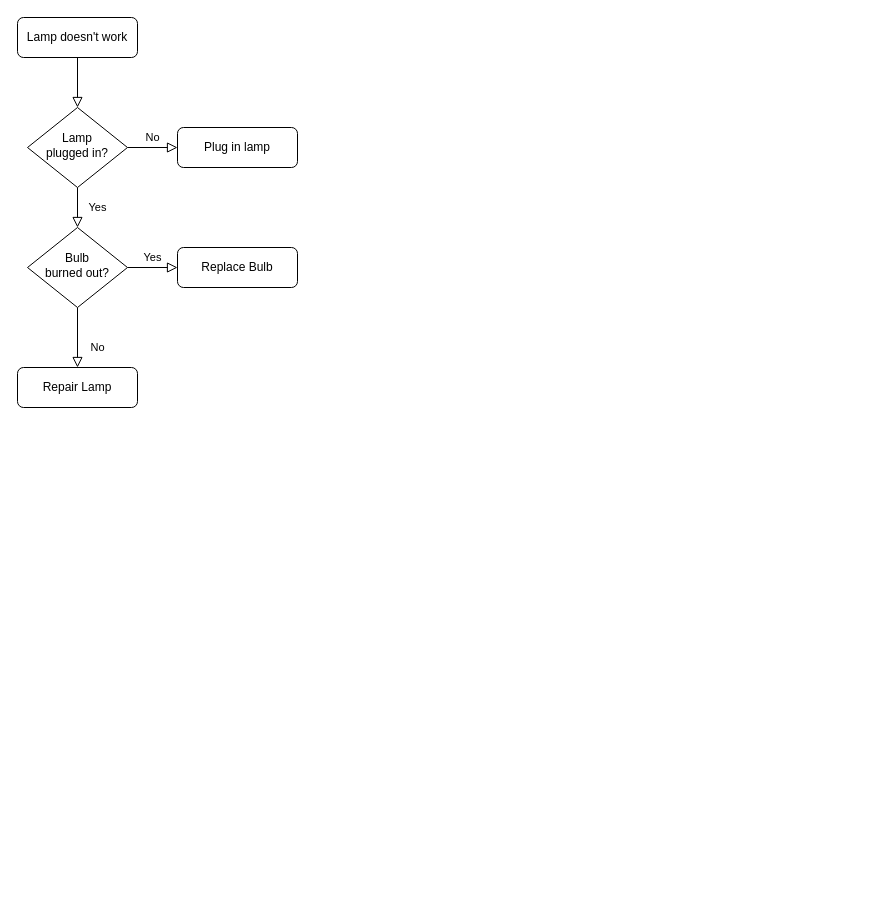
sob0994/draw-io keeps this draw.io diagram as page "FlowChart" (1 of 2) of DND-flow.drawio. Above is the earlier version. Source tidied: cells renumbered, new cells numbered last; positions are measured from the earlier drawing's top-left corner, leaving out a move shared by most shapes. Both pictures are drawn from the tidied source at 100%, with x=0, y=0 at pixel (17, 17).
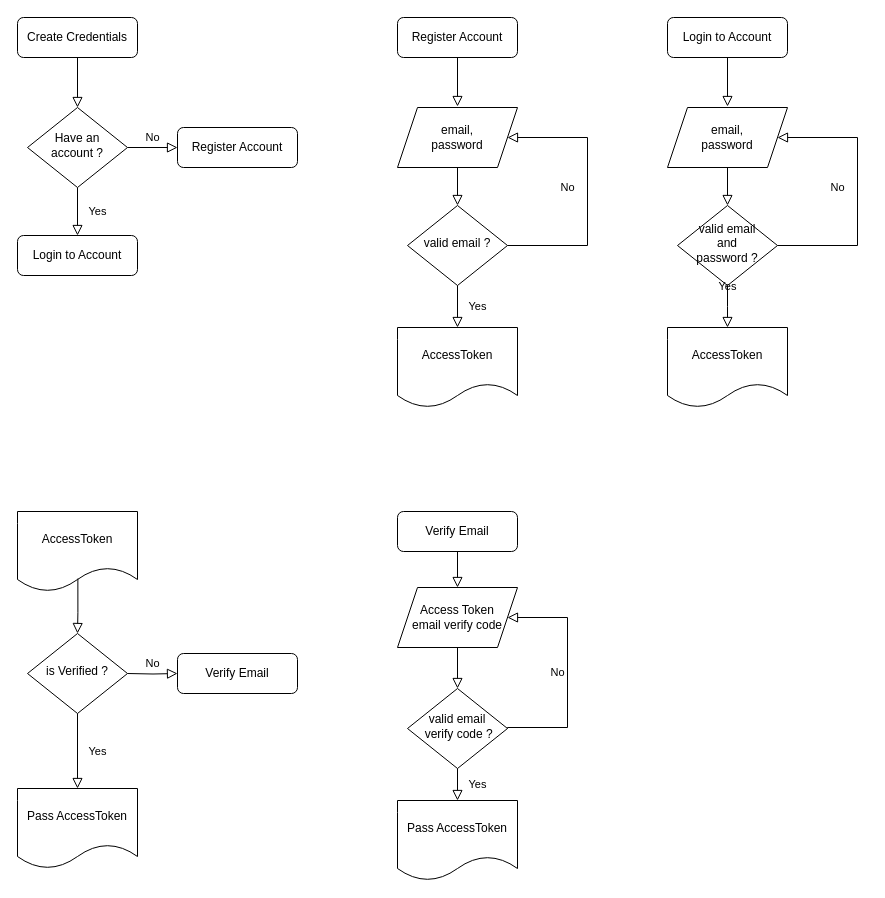
Above is the later version.

Change to the diagram source:
```diff
@@
-    <mxCell id="3" value="Lamp doesn't work" style="rounded=1;whiteSpace=wrap;html=1;fontSize=12;glass=0;strokeWidth=1;shadow=0;" parent="1" vertex="1">
+    <mxCell id="3" value="Create Credentials" style="rounded=1;whiteSpace=wrap;html=1;fontSize=12;glass=0;strokeWidth=1;shadow=0;" parent="1" vertex="1">
       <mxGeometry width="120" height="40" as="geometry" />
     </mxCell>
-    <mxCell id="4" value="Yes" style="rounded=0;html=1;jettySize=auto;fontSize=11;endArrow=block;endFill=0;endSize=8;strokeWidth=1;shadow=0;labelBackgroundColor=none;edgeStyle=orthogonalEdgeStyle;" parent="1" edge="1" source="6" target="10">
+    <mxCell id="4" value="Yes" style="rounded=0;html=1;jettySize=auto;fontSize=11;endArrow=block;endFill=0;endSize=8;strokeWidth=1;shadow=0;labelBackgroundColor=none;edgeStyle=orthogonalEdgeStyle;entryX=0.5;entryY=0;entryDx=0;entryDy=0;" parent="1" edge="1" source="6" target="11">
       <mxGeometry y="20" relative="1" as="geometry" />
     </mxCell>
@@
-    <mxCell id="6" value="Lamp&lt;br&gt;plugged in?" style="rhombus;whiteSpace=wrap;html=1;shadow=0;fontFamily=Helvetica;fontSize=12;align=center;strokeWidth=1;spacing=6;spacingTop=-4;" parent="1" vertex="1">
+    <mxCell id="6" value="Have an account ?" style="rhombus;whiteSpace=wrap;html=1;shadow=0;fontFamily=Helvetica;fontSize=12;align=center;strokeWidth=1;spacing=6;spacingTop=-4;" parent="1" vertex="1">
       <mxGeometry x="10" y="90" width="100" height="80" as="geometry" />
     </mxCell>
-    <mxCell id="7" value="Plug in lamp" style="rounded=1;whiteSpace=wrap;html=1;fontSize=12;glass=0;strokeWidth=1;shadow=0;" parent="1" vertex="1">
+    <mxCell id="7" value="Register Account" style="rounded=1;whiteSpace=wrap;html=1;fontSize=12;glass=0;strokeWidth=1;shadow=0;" parent="1" vertex="1">
       <mxGeometry x="160" y="110" width="120" height="40" as="geometry" />
     </mxCell>
-    <mxCell id="8" value="No" style="rounded=0;html=1;jettySize=auto;fontSize=11;endArrow=block;endFill=0;endSize=8;strokeWidth=1;shadow=0;labelBackgroundColor=none;edgeStyle=orthogonalEdgeStyle;" parent="1" edge="1" source="10" target="11">
-      <mxGeometry x="0.33" y="20" relative="1" as="geometry" />
-    </mxCell>
-    <mxCell id="9" value="Yes" style="edgeStyle=orthogonalEdgeStyle;rounded=0;html=1;jettySize=auto;fontSize=11;endArrow=block;endFill=0;endSize=8;strokeWidth=1;shadow=0;labelBackgroundColor=none;" parent="1" edge="1" source="10" target="12">
-      <mxGeometry y="10" relative="1" as="geometry" />
-    </mxCell>
-    <mxCell id="10" value="Bulb&lt;br&gt;burned out?" style="rhombus;whiteSpace=wrap;html=1;shadow=0;fontFamily=Helvetica;fontSize=12;align=center;strokeWidth=1;spacing=6;spacingTop=-4;" parent="1" vertex="1">
-      <mxGeometry x="10" y="210" width="100" height="80" as="geometry" />
-    </mxCell>
-    <mxCell id="11" value="Repair Lamp" style="rounded=1;whiteSpace=wrap;html=1;fontSize=12;glass=0;strokeWidth=1;shadow=0;" parent="1" vertex="1">
-      <mxGeometry y="350" width="120" height="40" as="geometry" />
+    <mxCell id="11" value="Login to Account" style="rounded=1;whiteSpace=wrap;html=1;fontSize=12;glass=0;strokeWidth=1;shadow=0;" parent="1" vertex="1">
+      <mxGeometry y="218" width="120" height="40" as="geometry" />
     </mxCell>
-    <mxCell id="12" value="Replace Bulb" style="rounded=1;whiteSpace=wrap;html=1;fontSize=12;glass=0;strokeWidth=1;shadow=0;" parent="1" vertex="1">
-      <mxGeometry x="160" y="230" width="120" height="40" as="geometry" />
-    </mxCell>
+    <mxCell id="13" value="Register Account" style="rounded=1;whiteSpace=wrap;html=1;fontSize=12;glass=0;strokeWidth=1;shadow=0;" parent="1" vertex="1">
+      <mxGeometry x="380" width="120" height="40" as="geometry" />
+    </mxCell>
+    <mxCell id="14" value="email,&lt;br&gt;password" style="shape=parallelogram;perimeter=parallelogramPerimeter;whiteSpace=wrap;html=1;fixedSize=1;" parent="1" vertex="1">
+      <mxGeometry x="380" y="90" width="120" height="60" as="geometry" />
+    </mxCell>
+    <mxCell id="15" style="rounded=0;html=1;jettySize=auto;fontSize=11;endArrow=block;endFill=0;endSize=8;strokeWidth=1;shadow=0;labelBackgroundColor=none;edgeStyle=orthogonalEdgeStyle;exitX=0.5;exitY=1;exitDx=0;exitDy=0;" parent="1" edge="1" source="13">
+      <mxGeometry relative="1" as="geometry">
+        <mxPoint x="440" y="89" as="targetPoint" />
+      </mxGeometry>
+    </mxCell>
+    <mxCell id="16" value="valid email ?" style="rhombus;whiteSpace=wrap;html=1;shadow=0;fontFamily=Helvetica;fontSize=12;align=center;strokeWidth=1;spacing=6;spacingTop=-4;" parent="1" vertex="1">
+      <mxGeometry x="390" y="188" width="100" height="80" as="geometry" />
+    </mxCell>
+    <mxCell id="17" value="AccessToken" style="shape=document;whiteSpace=wrap;html=1;boundedLbl=1;" parent="1" vertex="1">
+      <mxGeometry x="380" y="310" width="120" height="80" as="geometry" />
+    </mxCell>
+    <mxCell id="18" value="valid email&lt;br&gt;&amp;nbsp;verify code ?" style="rhombus;whiteSpace=wrap;html=1;shadow=0;fontFamily=Helvetica;fontSize=12;align=center;strokeWidth=1;spacing=6;spacingTop=-4;" parent="1" vertex="1">
+      <mxGeometry x="390" y="671" width="100" height="80" as="geometry" />
+    </mxCell>
+    <mxCell id="19" style="rounded=0;html=1;jettySize=auto;fontSize=11;endArrow=block;endFill=0;endSize=8;strokeWidth=1;shadow=0;labelBackgroundColor=none;edgeStyle=orthogonalEdgeStyle;entryX=0.5;entryY=0;entryDx=0;entryDy=0;exitX=0.5;exitY=1;exitDx=0;exitDy=0;" parent="1" edge="1" source="14" target="16">
+      <mxGeometry y="20" relative="1" as="geometry" />
+    </mxCell>
+    <mxCell id="20" value="Yes" style="rounded=0;html=1;jettySize=auto;fontSize=11;endArrow=block;endFill=0;endSize=8;strokeWidth=1;shadow=0;labelBackgroundColor=none;edgeStyle=orthogonalEdgeStyle;entryX=0.5;entryY=0;entryDx=0;entryDy=0;exitX=0.5;exitY=1;exitDx=0;exitDy=0;" parent="1" edge="1" source="16" target="17">
+      <mxGeometry y="20" relative="1" as="geometry" />
+    </mxCell>
+    <mxCell id="21" value="No" style="edgeStyle=orthogonalEdgeStyle;rounded=0;html=1;jettySize=auto;fontSize=11;endArrow=block;endFill=0;endSize=8;strokeWidth=1;shadow=0;labelBackgroundColor=none;exitX=1;exitY=0.5;exitDx=0;exitDy=0;entryX=1;entryY=0.5;entryDx=0;entryDy=0;" parent="1" edge="1" source="16" target="14">
+      <mxGeometry x="0.03" y="20" relative="1" as="geometry">
+        <Array as="points">
+          <mxPoint x="570" y="228" />
+          <mxPoint x="570" y="120" />
+        </Array>
+      </mxGeometry>
+    </mxCell>
+    <mxCell id="22" value="Login to Account" style="rounded=1;whiteSpace=wrap;html=1;fontSize=12;glass=0;strokeWidth=1;shadow=0;" parent="1" vertex="1">
+      <mxGeometry x="650" width="120" height="40" as="geometry" />
+    </mxCell>
+    <mxCell id="23" value="email,&lt;br&gt;password" style="shape=parallelogram;perimeter=parallelogramPerimeter;whiteSpace=wrap;html=1;fixedSize=1;" parent="1" vertex="1">
+      <mxGeometry x="650" y="90" width="120" height="60" as="geometry" />
+    </mxCell>
+    <mxCell id="24" style="rounded=0;html=1;jettySize=auto;orthogonalLoop=1;fontSize=11;endArrow=block;endFill=0;endSize=8;strokeWidth=1;shadow=0;labelBackgroundColor=none;edgeStyle=orthogonalEdgeStyle;exitX=0.5;exitY=1;exitDx=0;exitDy=0;" parent="1" edge="1">
+      <mxGeometry relative="1" as="geometry">
+        <mxPoint x="710" y="40" as="sourcePoint" />
+        <mxPoint x="710" y="89" as="targetPoint" />
+      </mxGeometry>
+    </mxCell>
+    <mxCell id="25" value="valid email &lt;br&gt;and &lt;br&gt;password ?" style="rhombus;whiteSpace=wrap;html=1;shadow=0;fontFamily=Helvetica;fontSize=12;align=center;strokeWidth=1;spacing=6;spacingTop=-4;" parent="1" vertex="1">
+      <mxGeometry x="660" y="188" width="100" height="80" as="geometry" />
+    </mxCell>
+    <mxCell id="26" style="rounded=0;html=1;jettySize=auto;fontSize=11;endArrow=block;endFill=0;endSize=8;strokeWidth=1;shadow=0;labelBackgroundColor=none;edgeStyle=orthogonalEdgeStyle;entryX=0.5;entryY=0;entryDx=0;entryDy=0;exitX=0.5;exitY=1;exitDx=0;exitDy=0;" parent="1" edge="1" source="23" target="25">
+      <mxGeometry y="20" relative="1" as="geometry" />
+    </mxCell>
+    <mxCell id="27" value="Yes" style="rounded=0;html=1;jettySize=auto;fontSize=11;endArrow=block;endFill=0;endSize=8;strokeWidth=1;shadow=0;labelBackgroundColor=none;edgeStyle=orthogonalEdgeStyle;entryX=0.5;entryY=0;entryDx=0;entryDy=0;exitX=0.5;exitY=1;exitDx=0;exitDy=0;" parent="1" edge="1" source="25">
+      <mxGeometry y="20" relative="1" as="geometry">
+        <mxPoint x="710" y="310" as="targetPoint" />
+      </mxGeometry>
+    </mxCell>
+    <mxCell id="28" value="No" style="edgeStyle=orthogonalEdgeStyle;rounded=0;html=1;jettySize=auto;fontSize=11;endArrow=block;endFill=0;endSize=8;strokeWidth=1;shadow=0;labelBackgroundColor=none;exitX=1;exitY=0.5;exitDx=0;exitDy=0;entryX=1;entryY=0.5;entryDx=0;entryDy=0;" parent="1" edge="1" source="25" target="23">
+      <mxGeometry x="0.03" y="20" relative="1" as="geometry">
+        <Array as="points">
+          <mxPoint x="840" y="228" />
+          <mxPoint x="840" y="120" />
+        </Array>
+      </mxGeometry>
+    </mxCell>
+    <mxCell id="29" value="AccessToken" style="shape=document;whiteSpace=wrap;html=1;boundedLbl=1;" parent="1" vertex="1">
+      <mxGeometry x="650" y="310" width="120" height="80" as="geometry" />
+    </mxCell>
+    <mxCell id="30" value="AccessToken" style="shape=document;whiteSpace=wrap;html=1;boundedLbl=1;" parent="1" vertex="1">
+      <mxGeometry y="494" width="120" height="80" as="geometry" />
+    </mxCell>
+    <mxCell id="31" value="is Verified ?" style="rhombus;whiteSpace=wrap;html=1;shadow=0;fontFamily=Helvetica;fontSize=12;align=center;strokeWidth=1;spacing=6;spacingTop=-4;" parent="1" vertex="1">
+      <mxGeometry x="10" y="616" width="100" height="80" as="geometry" />
+    </mxCell>
+    <mxCell id="32" style="rounded=0;html=1;jettySize=auto;fontSize=11;endArrow=block;endFill=0;endSize=8;strokeWidth=1;shadow=0;labelBackgroundColor=none;edgeStyle=orthogonalEdgeStyle;exitX=0.503;exitY=0.838;exitDx=0;exitDy=0;exitPerimeter=0;entryX=0.5;entryY=0;entryDx=0;entryDy=0;" parent="1" edge="1" source="30" target="31">
+      <mxGeometry relative="1" as="geometry" />
+    </mxCell>
+    <mxCell id="33" value="Yes" style="rounded=0;html=1;jettySize=auto;fontSize=11;endArrow=block;endFill=0;endSize=8;strokeWidth=1;shadow=0;labelBackgroundColor=none;edgeStyle=orthogonalEdgeStyle;entryX=0.5;entryY=0;entryDx=0;entryDy=0;exitX=0.5;exitY=1;exitDx=0;exitDy=0;" parent="1" edge="1" source="31" target="34">
+      <mxGeometry y="20" relative="1" as="geometry" />
+    </mxCell>
+    <mxCell id="34" value="Pass AccessToken" style="shape=document;whiteSpace=wrap;html=1;boundedLbl=1;" parent="1" vertex="1">
+      <mxGeometry y="771" width="120" height="80" as="geometry" />
+    </mxCell>
+    <mxCell id="35" value="No" style="edgeStyle=orthogonalEdgeStyle;rounded=0;html=1;jettySize=auto;fontSize=11;endArrow=block;endFill=0;endSize=8;strokeWidth=1;shadow=0;labelBackgroundColor=none;" parent="1" edge="1" target="36">
+      <mxGeometry y="10" relative="1" as="geometry">
+        <mxPoint x="110" y="656" as="sourcePoint" />
+      </mxGeometry>
+    </mxCell>
+    <mxCell id="36" value="Verify Email" style="rounded=1;whiteSpace=wrap;html=1;fontSize=12;glass=0;strokeWidth=1;shadow=0;" parent="1" vertex="1">
+      <mxGeometry x="160" y="636" width="120" height="40" as="geometry" />
+    </mxCell>
+    <mxCell id="37" value="Verify Email" style="rounded=1;whiteSpace=wrap;html=1;fontSize=12;glass=0;strokeWidth=1;shadow=0;" parent="1" vertex="1">
+      <mxGeometry x="380" y="494" width="120" height="40" as="geometry" />
+    </mxCell>
+    <mxCell id="38" value="Access Token&lt;br&gt;email verify code" style="shape=parallelogram;perimeter=parallelogramPerimeter;whiteSpace=wrap;html=1;fixedSize=1;" parent="1" vertex="1">
+      <mxGeometry x="380" y="570" width="120" height="60" as="geometry" />
+    </mxCell>
+    <mxCell id="39" style="rounded=0;html=1;jettySize=auto;fontSize=11;endArrow=block;endFill=0;endSize=8;strokeWidth=1;shadow=0;labelBackgroundColor=none;edgeStyle=orthogonalEdgeStyle;exitX=0.5;exitY=1;exitDx=0;exitDy=0;entryX=0.5;entryY=0;entryDx=0;entryDy=0;" parent="1" edge="1" source="37" target="38">
+      <mxGeometry relative="1" as="geometry" />
+    </mxCell>
+    <mxCell id="40" style="rounded=0;html=1;jettySize=auto;fontSize=11;endArrow=block;endFill=0;endSize=8;strokeWidth=1;shadow=0;labelBackgroundColor=none;edgeStyle=orthogonalEdgeStyle;entryX=0.5;entryY=0;entryDx=0;entryDy=0;" parent="1" edge="1" source="38" target="18">
+      <mxGeometry relative="1" as="geometry" />
+    </mxCell>
+    <mxCell id="41" value="Yes" style="rounded=0;html=1;jettySize=auto;fontSize=11;endArrow=block;endFill=0;endSize=8;strokeWidth=1;shadow=0;labelBackgroundColor=none;edgeStyle=orthogonalEdgeStyle;entryX=0.5;entryY=0;entryDx=0;entryDy=0;exitX=0.5;exitY=1;exitDx=0;exitDy=0;" parent="1" edge="1" source="18" target="42">
+      <mxGeometry y="20" relative="1" as="geometry" />
+    </mxCell>
+    <mxCell id="42" value="Pass AccessToken" style="shape=document;whiteSpace=wrap;html=1;boundedLbl=1;" parent="1" vertex="1">
+      <mxGeometry x="380" y="783" width="120" height="80" as="geometry" />
+    </mxCell>
+    <mxCell id="43" value="No" style="edgeStyle=orthogonalEdgeStyle;rounded=0;html=1;jettySize=auto;fontSize=11;endArrow=block;endFill=0;endSize=8;strokeWidth=1;shadow=0;labelBackgroundColor=none;exitX=1;exitY=0.5;exitDx=0;exitDy=0;entryX=1;entryY=0.5;entryDx=0;entryDy=0;" parent="1" edge="1" source="18" target="38">
+      <mxGeometry y="10" relative="1" as="geometry">
+        <Array as="points">
+          <mxPoint x="490" y="710" />
+          <mxPoint x="550" y="710" />
+          <mxPoint x="550" y="600" />
+        </Array>
+      </mxGeometry>
+    </mxCell>
```
